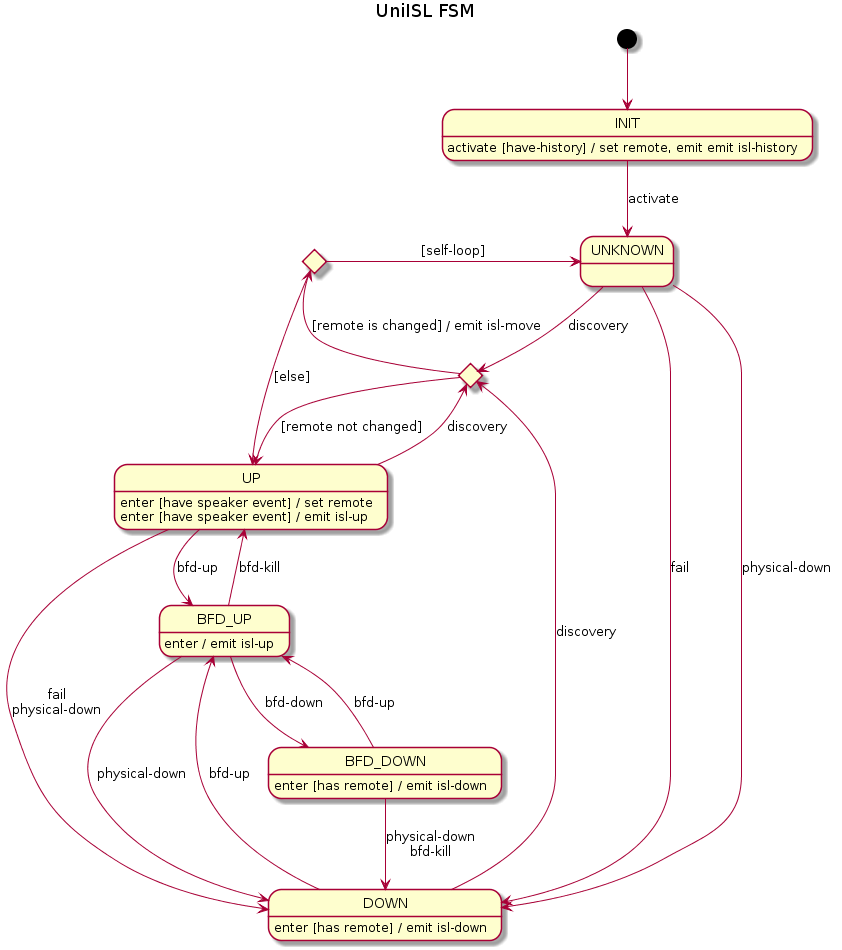
telstra/open-kilda keeps this PlantUML diagram as docs/design/network-discovery/uni-isl-FSM.png. Above is the earlier version.
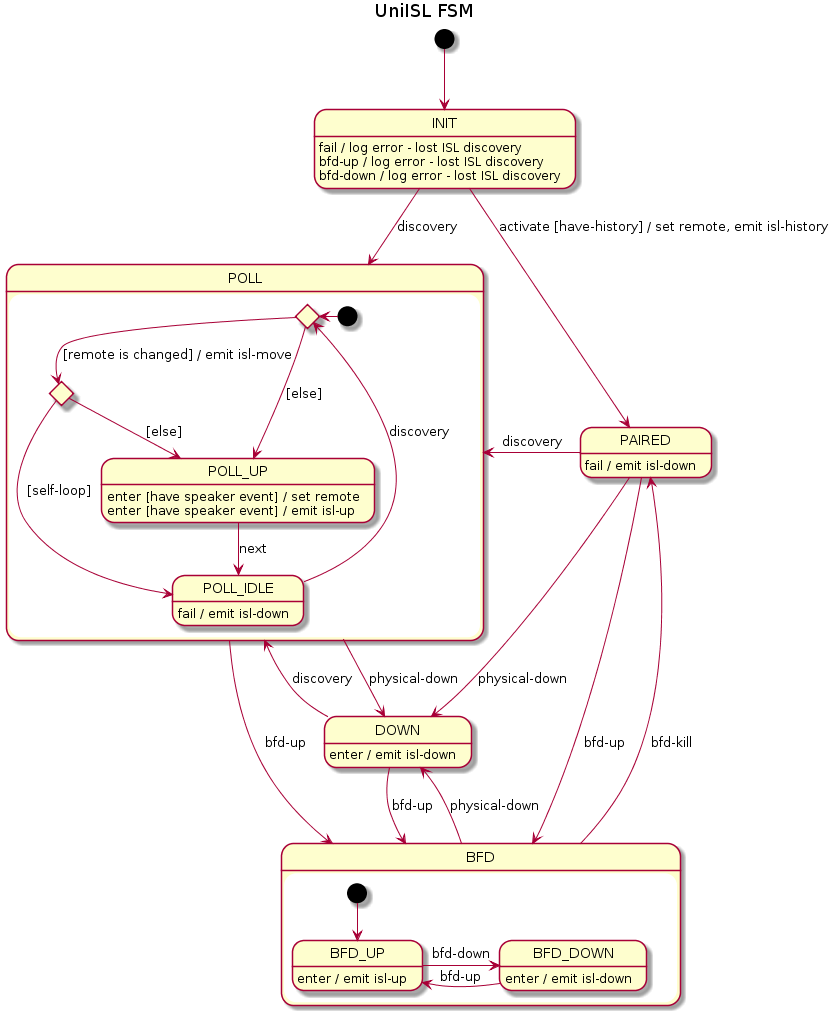
The same diagram one commit later.

Change to the diagram source:
```diff
@@ -2,41 +2,54 @@
 title UniISL FSM
 
 [*] --> INIT
+INIT --> POLL : discovery
+INIT --> PAIRED : activate [have-history] / set remote, emit isl-history
+INIT : fail / log error - lost ISL discovery
+INIT : bfd-up / log error - lost ISL discovery
+INIT : bfd-down / log error - lost ISL discovery
 
-INIT --> UNKNOWN : activate
-INIT : activate [have-history] / set remote, emit emit isl-history
+PAIRED -l-> POLL : discovery
+PAIRED --> BFD : bfd-up
+PAIRED --> DOWN : physical-down
+PAIRED : fail / emit isl-down
 
-state moveChoice <<choice>>
+state POLL {
+    state moveChoice <<choice>>
 
-UNKNOWN --> moveChoice : discovery
-UNKNOWN --> DOWN : fail
-UNKNOWN --> DOWN : physical-down
+    [*] -l-> moveChoice
 
-UP --> moveChoice : discovery
-UP --> DOWN : fail\nphysical-down
-UP --> BFD_UP : bfd-up
-UP : enter [have speaker event] / set remote
-UP : enter [have speaker event] / emit isl-up
+    POLL_IDLE --> moveChoice : discovery
+    POLL_IDLE : fail / emit isl-down
 
-state selfLoopChoice <<choice>>
+    state selfLoopChoice <<choice>>
 
-moveChoice --> UP : [remote not changed]
-moveChoice --> selfLoopChoice : [remote is changed] / emit isl-move
+    moveChoice --> POLL_UP : [else]
+    moveChoice --> selfLoopChoice : [remote is changed] / emit isl-move
 
-selfLoopChoice --> UP : [else]
-selfLoopChoice -r-> UNKNOWN : [self-loop]
+    selfLoopChoice --> POLL_UP : [else]
+    selfLoopChoice -r-> POLL_IDLE : [self-loop]
 
-DOWN --> moveChoice : discovery
-DOWN --> BFD_UP : bfd-up
-DOWN : enter [has remote] / emit isl-down
+    POLL_UP --> POLL_IDLE : next
+    POLL_UP : enter [have speaker event] / set remote
+    POLL_UP : enter [have speaker event] / emit isl-up
+}
+POLL --> BFD : bfd-up
+POLL --> DOWN : physical-down
 
-BFD_UP --> UP : bfd-kill
-BFD_UP --> DOWN : physical-down
-BFD_UP --> BFD_DOWN : bfd-down
-BFD_UP : enter / emit isl-up
+state BFD {
+    [*] --> BFD_UP
 
-BFD_DOWN --> BFD_UP : bfd-up
-BFD_DOWN --> DOWN : physical-down\nbfd-kill
-BFD_DOWN : enter [has remote] / emit isl-down
+    BFD_UP -r-> BFD_DOWN : bfd-down
+    BFD_UP : enter / emit isl-up
+
+    BFD_DOWN -l-> BFD_UP : bfd-up
+    BFD_DOWN : enter / emit isl-down
+}
+BFD --> PAIRED : bfd-kill
+BFD --> DOWN : physical-down
+
+DOWN --> POLL : discovery
+DOWN --> BFD : bfd-up
+DOWN : enter / emit isl-down
 
 @enduml
```
